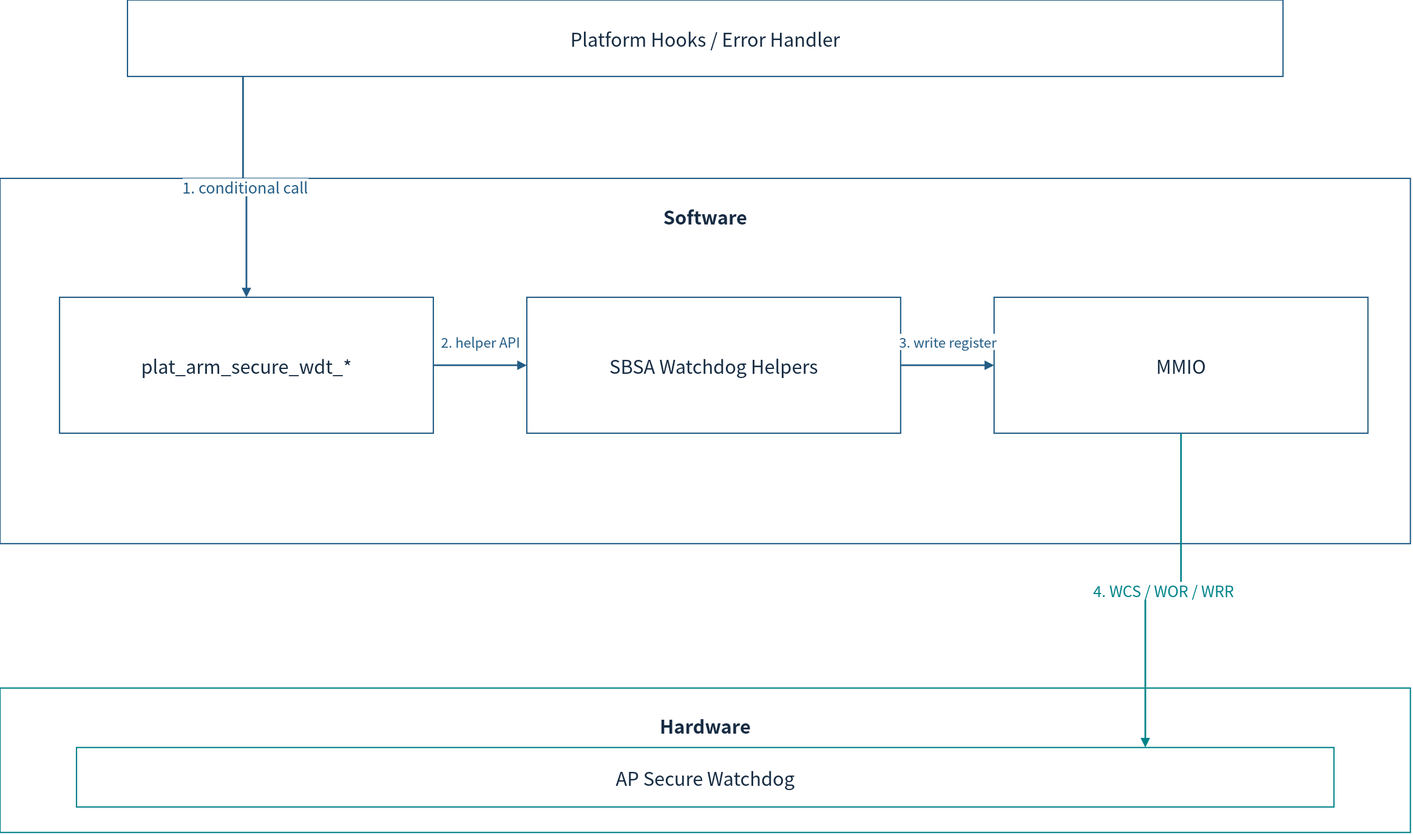
cometzero/project-apollo keeps this draw.io diagram as doc/phase1/watchdog/diagrams/08b-tfa-software.drawio.svg. Above is the earlier version. Source tidied: cells renumbered, new cells last; positions are measured from the earlier drawing's top-left corner, leaving out a move shared by most shapes.
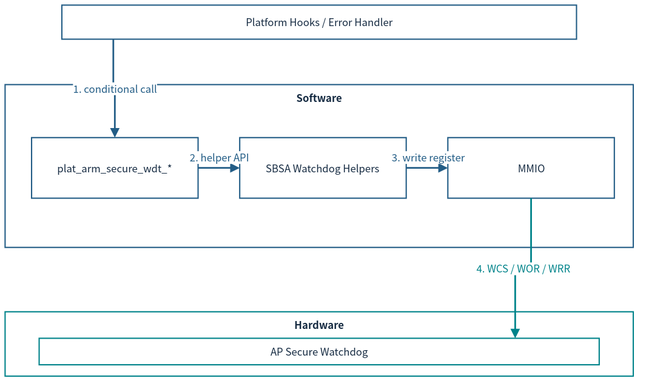
After the change.

The edit, as a diff of the source:
```diff
@@ -2,41 +2,41 @@
   <root>
     <mxCell id="0" />
     <mxCell id="1" parent="0" />
-    <mxCell id="2" value="Platform Hooks / Error Handler" style="rounded=0;whiteSpace=wrap;html=1;fillColor=#FFFFFF;strokeColor=#235D86;strokeWidth=1.5;fontColor=#172C43;fontFamily=Noto Sans CJK KR;fontSize=22;spacing=10;" parent="1" vertex="1">
-      <mxGeometry x="150" width="1360" height="90" as="geometry" />
+    <mxCell id="2" value="Platform Hooks / Error Handler" style="rounded=0;whiteSpace=wrap;html=1;fillColor=#FFFFFF;strokeColor=#235D86;strokeWidth=1.5;fontColor=#172C43;fontFamily=Noto Sans CJK KR;fontSize=12;spacing=3;whiteSpace=wrap;" parent="1" vertex="1">
+      <mxGeometry x="8.9" y="-128" width="606.3" height="40.1" as="geometry" />
     </mxCell>
-    <mxCell id="3" value="Software" style="rounded=0;whiteSpace=wrap;html=1;fillColor=#FFFFFF;strokeColor=#235D86;strokeWidth=1.5;fontColor=#172C43;fontFamily=Noto Sans CJK KR;fontSize=22;spacing=10;verticalAlign=top;fontStyle=1;spacingTop=16;" parent="1" vertex="1">
-      <mxGeometry y="210" width="1660" height="430" as="geometry" />
+    <mxCell id="3" value="Software" style="rounded=0;whiteSpace=wrap;html=1;fillColor=#FFFFFF;strokeColor=#235D86;strokeWidth=1.5;fontColor=#172C43;fontFamily=Noto Sans CJK KR;verticalAlign=top;fontStyle=1;fontSize=12;spacing=3;whiteSpace=wrap;" parent="1" vertex="1">
+      <mxGeometry x="-58" y="-34.4" width="740" height="191.7" as="geometry" />
     </mxCell>
-    <mxCell id="4" value="plat_arm_secure_wdt_*" style="rounded=0;whiteSpace=wrap;html=1;fillColor=#FFFFFF;strokeColor=#235D86;strokeWidth=1.5;fontColor=#172C43;fontFamily=Noto Sans CJK KR;fontSize=22;spacing=10;" parent="1" vertex="1">
-      <mxGeometry x="70" y="350" width="440" height="160" as="geometry" />
+    <mxCell id="4" value="plat_arm_secure_wdt_*" style="rounded=0;whiteSpace=wrap;html=1;fillColor=#FFFFFF;strokeColor=#235D86;strokeWidth=1.5;fontColor=#172C43;fontFamily=Noto Sans CJK KR;fontSize=12;spacing=3;whiteSpace=wrap;" parent="1" vertex="1">
+      <mxGeometry x="-26.8" y="28" width="196.1" height="71.3" as="geometry" />
     </mxCell>
-    <mxCell id="5" value="SBSA Watchdog Helpers" style="rounded=0;whiteSpace=wrap;html=1;fillColor=#FFFFFF;strokeColor=#235D86;strokeWidth=1.5;fontColor=#172C43;fontFamily=Noto Sans CJK KR;fontSize=22;spacing=10;" parent="1" vertex="1">
-      <mxGeometry x="620" y="350" width="440" height="160" as="geometry" />
+    <mxCell id="5" value="SBSA Watchdog Helpers" style="rounded=0;whiteSpace=wrap;html=1;fillColor=#FFFFFF;strokeColor=#235D86;strokeWidth=1.5;fontColor=#172C43;fontFamily=Noto Sans CJK KR;fontSize=12;spacing=3;whiteSpace=wrap;" parent="1" vertex="1">
+      <mxGeometry x="218.4" y="28" width="196.1" height="71.3" as="geometry" />
     </mxCell>
-    <mxCell id="6" value="MMIO" style="rounded=0;whiteSpace=wrap;html=1;fillColor=#FFFFFF;strokeColor=#235D86;strokeWidth=1.5;fontColor=#172C43;fontFamily=Noto Sans CJK KR;fontSize=22;spacing=10;" parent="1" vertex="1">
-      <mxGeometry x="1170" y="350" width="440" height="160" as="geometry" />
+    <mxCell id="6" value="MMIO" style="rounded=0;whiteSpace=wrap;html=1;fillColor=#FFFFFF;strokeColor=#235D86;strokeWidth=1.5;fontColor=#172C43;fontFamily=Noto Sans CJK KR;fontSize=12;spacing=3;whiteSpace=wrap;" parent="1" vertex="1">
+      <mxGeometry x="463.6" y="28" width="196.1" height="71.3" as="geometry" />
     </mxCell>
-    <mxCell id="7" value="1. conditional call" style="edgeStyle=orthogonalEdgeStyle;rounded=0;html=1;endArrow=block;endFill=1;strokeWidth=2;strokeColor=#235D86;fontColor=#235D86;fontFamily=Noto Sans CJK KR;fontSize=18;labelBackgroundColor=#FFFFFF;exitX=0.1;exitY=1;entryX=0.5;entryY=0;" parent="1" edge="1" source="2" target="4">
+    <mxCell id="7" value="1. conditional call" style="edgeStyle=orthogonalEdgeStyle;rounded=0;html=1;endArrow=block;endFill=1;strokeWidth=2;strokeColor=#235D86;fontColor=#235D86;fontFamily=Noto Sans CJK KR;labelBackgroundColor=#FFFFFF;exitX=0.1;exitY=1;entryX=0.5;entryY=0;fontSize=12;spacing=3;whiteSpace=nowrap;" parent="1" edge="1" source="2" target="4">
       <mxGeometry relative="1" as="geometry" />
     </mxCell>
-    <mxCell id="8" value="2. helper API" style="edgeStyle=orthogonalEdgeStyle;rounded=0;html=1;endArrow=block;endFill=1;strokeWidth=2;strokeColor=#235D86;fontColor=#235D86;fontFamily=Noto Sans CJK KR;fontSize=16;labelBackgroundColor=#FFFFFF;" parent="1" edge="1" source="4" target="5">
+    <mxCell id="8" value="2. helper API" style="edgeStyle=orthogonalEdgeStyle;rounded=0;html=1;endArrow=block;endFill=1;strokeWidth=2;strokeColor=#235D86;fontColor=#235D86;fontFamily=Noto Sans CJK KR;labelBackgroundColor=#FFFFFF;fontSize=12;spacing=3;whiteSpace=nowrap;" parent="1" edge="1" source="4" target="5">
       <mxGeometry relative="1" as="geometry">
-        <mxPoint y="-28" as="offset" />
+        <mxPoint y="-12.5" as="offset" />
       </mxGeometry>
     </mxCell>
-    <mxCell id="9" value="3. write register" style="edgeStyle=orthogonalEdgeStyle;rounded=0;html=1;endArrow=block;endFill=1;strokeWidth=2;strokeColor=#235D86;fontColor=#235D86;fontFamily=Noto Sans CJK KR;fontSize=16;labelBackgroundColor=#FFFFFF;" parent="1" edge="1" source="5" target="6">
+    <mxCell id="9" value="3. write register" style="edgeStyle=orthogonalEdgeStyle;rounded=0;html=1;endArrow=block;endFill=1;strokeWidth=2;strokeColor=#235D86;fontColor=#235D86;fontFamily=Noto Sans CJK KR;labelBackgroundColor=#FFFFFF;fontSize=12;spacing=3;whiteSpace=nowrap;" parent="1" edge="1" source="5" target="6">
       <mxGeometry relative="1" as="geometry">
-        <mxPoint y="-28" as="offset" />
+        <mxPoint y="-12.5" as="offset" />
       </mxGeometry>
     </mxCell>
-    <mxCell id="10" value="Hardware" style="rounded=0;whiteSpace=wrap;html=1;fillColor=#FFFFFF;strokeColor=#00838A;strokeWidth=1.5;fontColor=#172C43;fontFamily=Noto Sans CJK KR;fontSize=22;spacing=10;verticalAlign=top;fontStyle=1;spacingTop=16;" parent="1" vertex="1">
-      <mxGeometry y="810" width="1660" height="170" as="geometry" />
+    <mxCell id="10" value="Hardware" style="rounded=0;whiteSpace=wrap;html=1;fillColor=#FFFFFF;strokeColor=#00838A;strokeWidth=1.5;fontColor=#172C43;fontFamily=Noto Sans CJK KR;verticalAlign=top;fontStyle=1;fontSize=12;spacing=3;whiteSpace=wrap;" parent="1" vertex="1">
+      <mxGeometry x="-58" y="233.1" width="740" height="75.8" as="geometry" />
     </mxCell>
-    <mxCell id="11" value="AP Secure Watchdog" style="rounded=0;whiteSpace=wrap;html=1;fillColor=#FFFFFF;strokeColor=#00838A;strokeWidth=1.5;fontColor=#172C43;fontFamily=Noto Sans CJK KR;fontSize=22;spacing=10;" parent="1" vertex="1">
-      <mxGeometry x="90" y="880" width="1480" height="70" as="geometry" />
+    <mxCell id="11" value="AP Secure Watchdog" style="rounded=0;whiteSpace=wrap;html=1;fillColor=#FFFFFF;strokeColor=#00838A;strokeWidth=1.5;fontColor=#172C43;fontFamily=Noto Sans CJK KR;fontSize=12;spacing=3;whiteSpace=wrap;" parent="1" vertex="1">
+      <mxGeometry x="-17.9" y="264.3" width="659.8" height="31.2" as="geometry" />
     </mxCell>
-    <mxCell id="12" value="4. WCS / WOR / WRR" style="edgeStyle=orthogonalEdgeStyle;rounded=0;html=1;endArrow=block;endFill=1;strokeWidth=2;strokeColor=#00838A;fontColor=#00838A;fontFamily=Noto Sans CJK KR;fontSize=18;labelBackgroundColor=#FFFFFF;exitX=0.5;exitY=1;entryX=0.85;entryY=0;" parent="1" edge="1" source="6" target="11">
+    <mxCell id="12" value="4. WCS / WOR / WRR" style="edgeStyle=orthogonalEdgeStyle;rounded=0;html=1;endArrow=block;endFill=1;strokeWidth=2;strokeColor=#00838A;fontColor=#00838A;fontFamily=Noto Sans CJK KR;labelBackgroundColor=#FFFFFF;exitX=0.5;exitY=1;entryX=0.85;entryY=0;fontSize=12;spacing=3;whiteSpace=nowrap;" parent="1" edge="1" source="6" target="11">
       <mxGeometry relative="1" as="geometry" />
     </mxCell>
   </root>
```
